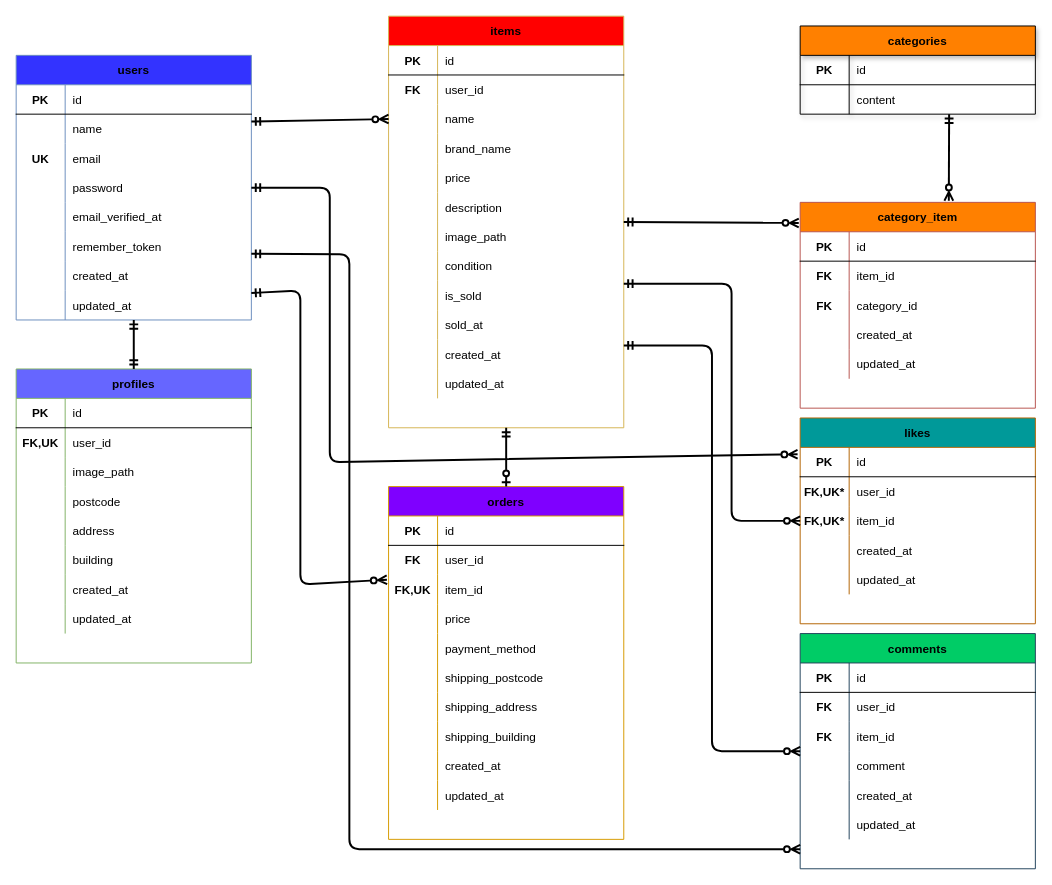
This is docs/ER.drawio from kn-a0322/furima-app-project, a draw.io file, before an edit. Source tidied: cells renumbered, new cells numbered last; positions are measured from the earlier drawing's top-left corner, leaving out a move shared by most shapes. Both pictures are drawn from the tidied source at 98%, with x=0, y=0 at pixel (-14, 16).
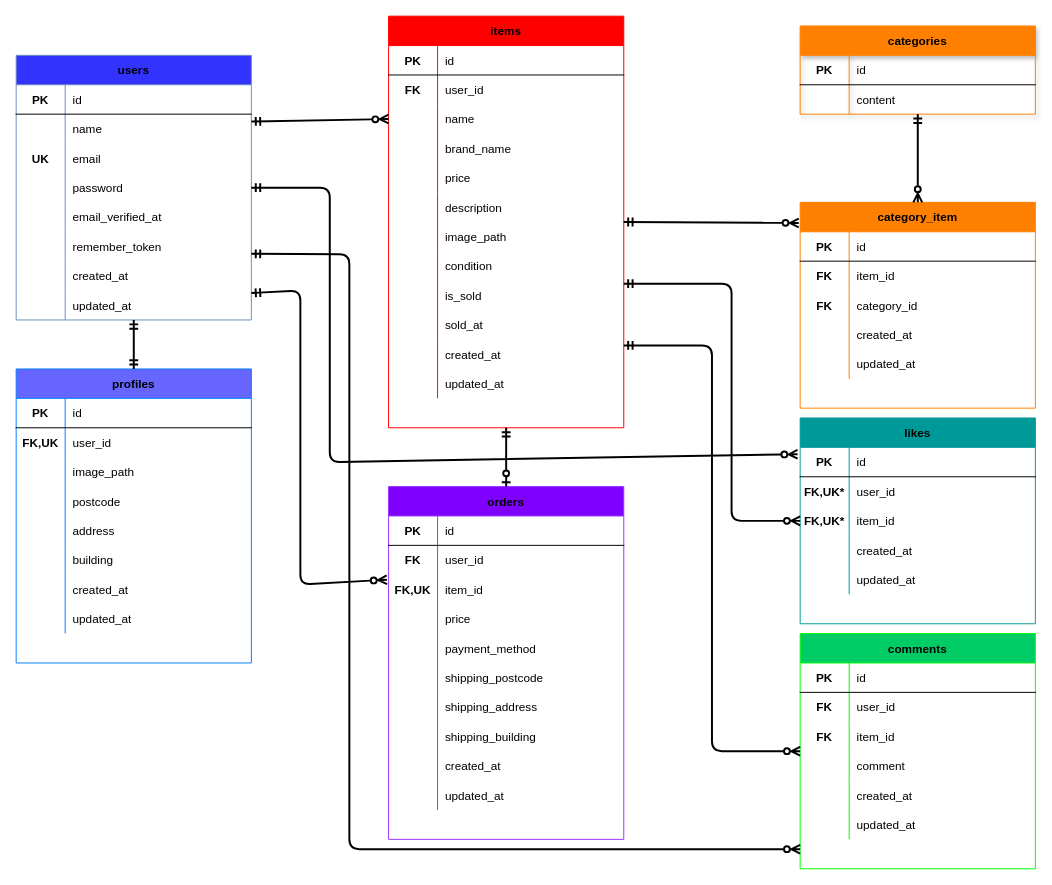
After the change.

The change refers to these unchanged cells:
```xml
<mxCell id="21" style="shape=tableRow;horizontal=0;startSize=0;swimlaneHead=0;swimlaneBody=0;fillColor=none;points=[[0,0.5],[1,0.5]];portConstraint=eastwest;top=0;left=0;right=0;bottom=0;" parent="2" vertex="1">
  <mxGeometry y="210" width="240" height="30" as="geometry" />
</mxCell>
```

What changed in the source:
```diff
@@
-    <mxCell id="27" value="profiles" style="shape=table;startSize=30;childLayout=tableLayout;rowLines=0;fontStyle=1;align=center;fillColor=#6666FF;strokeColor=#82b366;" parent="1" vertex="1">
+    <mxCell id="27" value="profiles" style="shape=table;startSize=30;childLayout=tableLayout;rowLines=0;fontStyle=1;align=center;fillColor=#6666FF;strokeColor=#007FFF;" parent="1" vertex="1">
       <mxGeometry x="30" y="360" width="240" height="300" as="geometry" />
     </mxCell>
@@
-    <mxCell id="53" value="items" style="shape=table;startSize=30;childLayout=tableLayout;rowLines=0;fontStyle=1;align=center;fillColor=#FF0000;strokeColor=#d6b656;" parent="1" vertex="1">
+    <mxCell id="53" value="items" style="shape=table;startSize=30;childLayout=tableLayout;rowLines=0;fontStyle=1;align=center;fillColor=#FF0000;strokeColor=#FF0000;" parent="1" vertex="1">
       <mxGeometry x="410" width="240" height="420" as="geometry" />
     </mxCell>
@@
-    <mxCell id="91" value="orders" style="shape=table;startSize=30;childLayout=tableLayout;rowLines=0;fontStyle=1;align=center;fillColor=#7F00FF;strokeColor=#d79b00;" parent="1" vertex="1">
+    <mxCell id="91" value="orders" style="shape=table;startSize=30;childLayout=tableLayout;rowLines=0;fontStyle=1;align=center;fillColor=#7F00FF;strokeColor=#9933FF;" parent="1" vertex="1">
       <mxGeometry x="410" y="480" width="240" height="360" as="geometry" />
     </mxCell>
@@
-    <mxCell id="123" value="categories" style="shape=table;startSize=30;childLayout=tableLayout;rowLines=0;fontStyle=1;align=center;fillColor=#FF8000;strokeColor=#000000;shadow=1;" parent="1" vertex="1">
+    <mxCell id="123" value="categories" style="shape=table;startSize=30;childLayout=tableLayout;rowLines=0;fontStyle=1;align=center;fillColor=#FF8000;strokeColor=#FF8000;shadow=1;" parent="1" vertex="1">
       <mxGeometry x="830" y="10" width="240" height="90" as="geometry" />
     </mxCell>
@@
-    <mxCell id="130" value="category_item" style="shape=table;startSize=30;childLayout=tableLayout;rowLines=0;fontStyle=1;align=center;fillColor=#FF8000;strokeColor=#b85450;" parent="1" vertex="1">
+    <mxCell id="130" value="category_item" style="shape=table;startSize=30;childLayout=tableLayout;rowLines=0;fontStyle=1;align=center;fillColor=#FF8000;strokeColor=#FF8000;" parent="1" vertex="1">
       <mxGeometry x="830" y="190" width="240" height="210" as="geometry" />
     </mxCell>
@@
-    <mxCell id="147" value="likes" style="shape=table;startSize=30;childLayout=tableLayout;rowLines=0;fontStyle=1;align=center;fillColor=#009999;strokeColor=#b46504;" parent="1" vertex="1">
+    <mxCell id="147" value="likes" style="shape=table;startSize=30;childLayout=tableLayout;rowLines=0;fontStyle=1;align=center;fillColor=#009999;strokeColor=#009999;" parent="1" vertex="1">
       <mxGeometry x="830" y="410" width="240" height="210" as="geometry" />
     </mxCell>
@@
-    <mxCell id="164" value="comments" style="shape=table;startSize=30;childLayout=tableLayout;rowLines=0;fontStyle=1;align=center;fillColor=#00CC66;strokeColor=#23445d;" parent="1" vertex="1">
+    <mxCell id="164" value="comments" style="shape=table;startSize=30;childLayout=tableLayout;rowLines=0;fontStyle=1;align=center;fillColor=#00CC66;strokeColor=#00FF00;" parent="1" vertex="1">
       <mxGeometry x="830" y="630" width="240" height="240" as="geometry" />
     </mxCell>
@@
-    <mxCell id="187" style="endArrow=ERzeroToMany;startArrow=ERmandOne;endFill=0;startFill=0;strokeWidth=2;html=1;exitX=0.5;exitY=1;exitDx=0;exitDy=0;entryX=0.5;entryY=0;entryDx=0;entryDy=0;" parent="1" edge="1" target="130">
+    <mxCell id="187" style="endArrow=ERzeroToMany;startArrow=ERmandOne;endFill=0;startFill=0;strokeWidth=2;html=1;exitX=0.5;exitY=1;exitDx=0;exitDy=0;entryX=0.5;entryY=0;entryDx=0;entryDy=0;" parent="1" edge="1" source="123" target="130">
       <mxGeometry relative="1" as="geometry" />
     </mxCell>
@@
-    <mxCell id="189" style="endArrow=ERzeroToMany;startArrow=ERmandOne;endFill=0;startFill=0;strokeWidth=2;html=1;exitX=1;exitY=0.5;exitDx=0;exitDy=0;" parent="1" edge="1" source="21">
-      <mxGeometry relative="1" as="geometry">
-        <Array as="points">
-          <mxPoint y="243" />
-          <mxPoint y="555" />
-        </Array>
-      </mxGeometry>
-    </mxCell>
@@
-    <mxCell id="194" style="endArrow=ERzeroToMany;startArrow=ERmandOne;endFill=0;startFill=0;strokeWidth=2;html=1;entryX=0.632;entryY=-0.008;entryDx=0;entryDy=0;entryPerimeter=0;" parent="1" edge="1" target="130">
-      <mxGeometry relative="1" as="geometry">
-        <mxPoint x="982" y="100" as="sourcePoint" />
-      </mxGeometry>
-    </mxCell>
```
